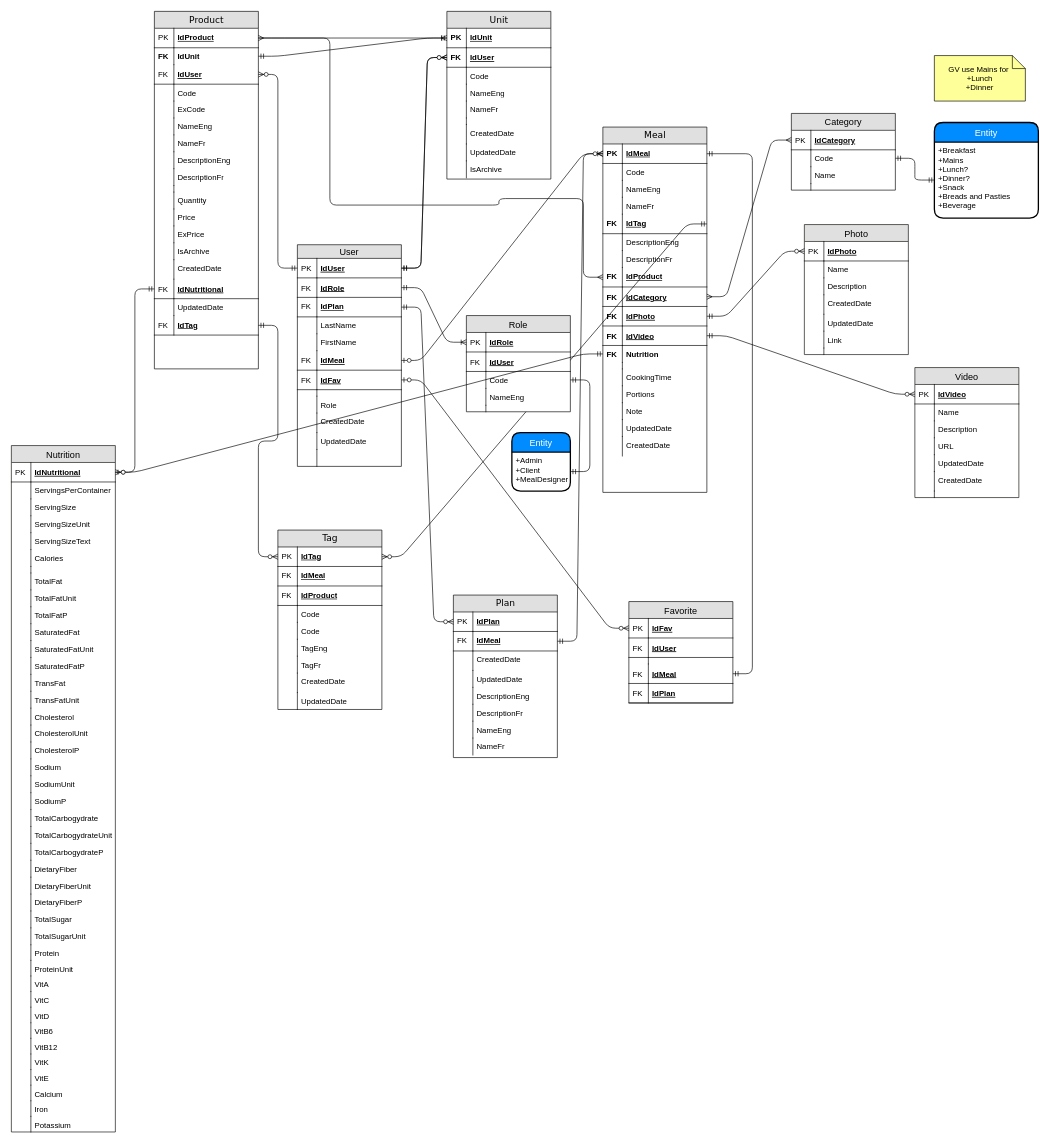
Earlier version of the draw.io diagram MealPlannerErDiagram.drawio (ElvinaCherepovich/MP_CivicTech). Source tidied: cells renumbered, new cells numbered last; positions are measured from the earlier drawing's top-left corner, leaving out a move shared by most shapes. Both pictures are drawn from the tidied source at 65%, with x=0, y=0 at pixel (11, 11).
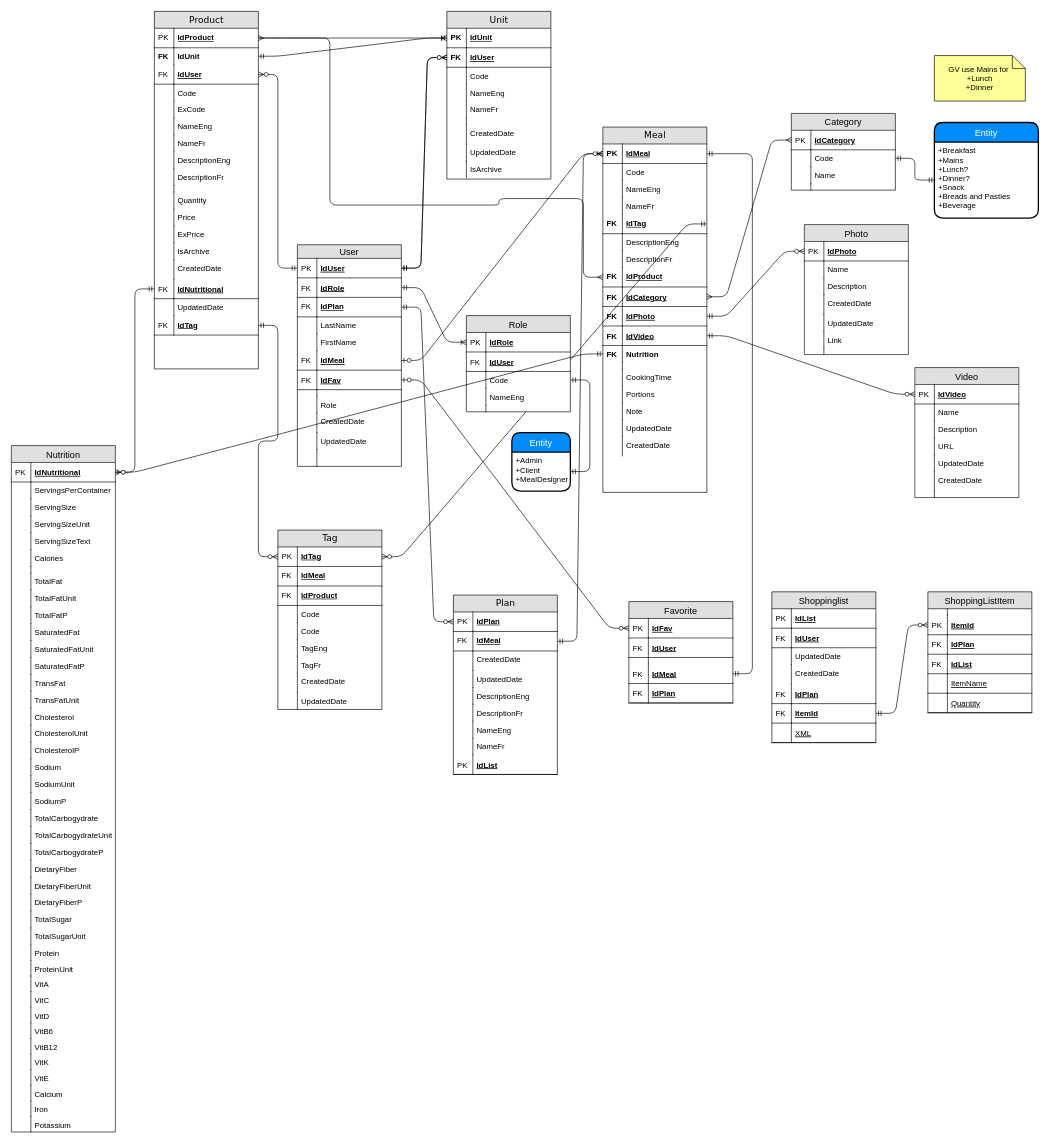
The same page after the edit.

What changed in the source:
```diff
@@
     <mxCell id="305" value="Plan" style="swimlane;html=1;fontStyle=0;horizontal=1;startSize=26;fillColor=#e0e0e0;swimlaneFillColor=#ffffff;align=center;rounded=0;shadow=0;comic=0;labelBackgroundColor=none;strokeWidth=1;fontFamily=Verdana;fontSize=14;" parent="1" vertex="1">
-      <mxGeometry x="680" y="898" width="160" height="250" as="geometry" />
+      <mxGeometry x="680" y="898" width="160" height="276" as="geometry" />
     </mxCell>
@@
+    <mxCell id="326" value="IdList" style="shape=partialRectangle;top=0;left=0;right=0;bottom=1;align=left;verticalAlign=middle;fillColor=none;spacingLeft=34;spacingRight=4;overflow=hidden;fontStyle=5;fontSize=12;" parent="305" vertex="1">
+      <mxGeometry y="246" width="160" height="30" as="geometry" />
+    </mxCell>
+    <mxCell id="327" value="PK" style="shape=partialRectangle;top=0;left=0;bottom=0;fillColor=none;align=left;verticalAlign=middle;spacingLeft=4;spacingRight=4;overflow=hidden;fontSize=12;" parent="326" vertex="1">
+      <mxGeometry width="30" height="30" as="geometry" />
+    </mxCell>
@@
+    <mxCell id="328" value="Shoppinglist" style="swimlane;fontStyle=0;horizontal=1;startSize=26;fillColor=#e0e0e0;swimlaneFillColor=#ffffff;align=center;fontSize=14;" parent="1" vertex="1">
+      <mxGeometry x="1170" y="893" width="160" height="232" as="geometry" />
+    </mxCell>
+    <mxCell id="329" value="IdList" style="shape=partialRectangle;top=0;left=0;right=0;bottom=1;align=left;verticalAlign=middle;fillColor=none;spacingLeft=34;spacingRight=4;overflow=hidden;fontStyle=5;fontSize=12;" parent="328" vertex="1">
+      <mxGeometry y="26" width="160" height="30" as="geometry" />
+    </mxCell>
+    <mxCell id="330" value="PK" style="shape=partialRectangle;top=0;left=0;bottom=0;fillColor=none;align=left;verticalAlign=middle;spacingLeft=4;spacingRight=4;overflow=hidden;fontSize=12;" parent="329" vertex="1">
+      <mxGeometry width="30" height="30" as="geometry" />
+    </mxCell>
+    <mxCell id="331" value="IdUser" style="shape=partialRectangle;top=0;left=0;right=0;bottom=1;align=left;verticalAlign=middle;fillColor=none;spacingLeft=34;spacingRight=4;overflow=hidden;fontStyle=5;fontSize=12;" parent="328" vertex="1">
+      <mxGeometry y="56" width="160" height="30" as="geometry" />
+    </mxCell>
+    <mxCell id="332" value="FK" style="shape=partialRectangle;top=0;left=0;bottom=0;fillColor=none;align=left;verticalAlign=middle;spacingLeft=4;spacingRight=4;overflow=hidden;fontSize=12;" parent="331" vertex="1">
+      <mxGeometry width="30" height="30" as="geometry" />
+    </mxCell>
+    <mxCell id="333" value="UpdatedDate" style="shape=partialRectangle;top=0;left=0;right=0;bottom=0;html=1;align=left;verticalAlign=top;fillColor=none;spacingLeft=34;spacingRight=4;whiteSpace=wrap;overflow=hidden;" parent="328" vertex="1">
+      <mxGeometry y="86" width="160" height="26" as="geometry" />
+    </mxCell>
+    <mxCell id="334" style="shape=partialRectangle;top=0;left=0;bottom=0;html=1;fillColor=none;align=left;verticalAlign=top;spacingLeft=4;spacingRight=4;whiteSpace=wrap;overflow=hidden;" parent="333" vertex="1">
+      <mxGeometry width="30" height="26" as="geometry" />
+    </mxCell>
+    <mxCell id="335" value="CreatedDate" style="shape=partialRectangle;top=0;left=0;right=0;bottom=0;html=1;align=left;verticalAlign=top;fillColor=none;spacingLeft=34;spacingRight=4;whiteSpace=wrap;overflow=hidden;" parent="328" vertex="1">
+      <mxGeometry y="112" width="160" height="30" as="geometry" />
+    </mxCell>
+    <mxCell id="336" style="shape=partialRectangle;top=0;left=0;bottom=0;html=1;fillColor=none;align=left;verticalAlign=top;spacingLeft=4;spacingRight=4;whiteSpace=wrap;overflow=hidden;" parent="335" vertex="1">
+      <mxGeometry width="30" height="30" as="geometry" />
+    </mxCell>
+    <mxCell id="337" value="IdPlan" style="shape=partialRectangle;top=0;left=0;right=0;bottom=1;align=left;verticalAlign=middle;fillColor=none;spacingLeft=34;spacingRight=4;overflow=hidden;fontStyle=5;fontSize=12;" parent="328" vertex="1">
+      <mxGeometry y="142" width="160" height="30" as="geometry" />
+    </mxCell>
+    <mxCell id="338" value="FK" style="shape=partialRectangle;top=0;left=0;bottom=0;fillColor=none;align=left;verticalAlign=middle;spacingLeft=4;spacingRight=4;overflow=hidden;fontSize=12;" parent="337" vertex="1">
+      <mxGeometry width="30" height="30" as="geometry" />
+    </mxCell>
+    <mxCell id="339" value="ItemId" style="shape=partialRectangle;top=0;left=0;right=0;bottom=1;align=left;verticalAlign=middle;fillColor=none;spacingLeft=34;spacingRight=4;overflow=hidden;points=[[0,0.5],[1,0.5]];portConstraint=eastwest;fontStyle=5;fontSize=12;" parent="328" vertex="1">
+      <mxGeometry y="172" width="160" height="30" as="geometry" />
+    </mxCell>
+    <mxCell id="340" value="FK" style="shape=partialRectangle;top=0;left=0;bottom=0;fillColor=none;align=left;verticalAlign=middle;spacingLeft=4;spacingRight=4;overflow=hidden;fontSize=12;" parent="339" vertex="1">
+      <mxGeometry width="30" height="30" as="geometry" />
+    </mxCell>
+    <mxCell id="341" value="XML" style="shape=partialRectangle;top=0;left=0;right=0;bottom=1;align=left;verticalAlign=middle;fillColor=none;spacingLeft=34;spacingRight=4;overflow=hidden;fontStyle=4;fontSize=12;" parent="328" vertex="1">
+      <mxGeometry y="202" width="160" height="30" as="geometry" />
+    </mxCell>
+    <mxCell id="342" style="shape=partialRectangle;top=0;left=0;bottom=0;fillColor=none;align=left;verticalAlign=middle;spacingLeft=4;spacingRight=4;overflow=hidden;fontSize=12;" parent="341" vertex="1">
+      <mxGeometry width="30" height="30" as="geometry" />
+    </mxCell>
+    <mxCell id="343" value="ShoppingListItem" style="swimlane;fontStyle=0;horizontal=1;startSize=26;fillColor=#e0e0e0;swimlaneFillColor=#ffffff;align=center;fontSize=14;" parent="1" vertex="1">
+      <mxGeometry x="1410" y="893" width="160" height="186" as="geometry" />
+    </mxCell>
+    <mxCell id="344" style="shape=partialRectangle;top=0;left=0;right=0;bottom=0;align=left;verticalAlign=top;fillColor=none;spacingLeft=34;spacingRight=4;overflow=hidden;fontSize=12;" parent="343" vertex="1">
+      <mxGeometry y="26" width="160" height="10" as="geometry" />
+    </mxCell>
+    <mxCell id="345" style="shape=partialRectangle;top=0;left=0;bottom=0;fillColor=none;align=left;verticalAlign=top;spacingLeft=4;spacingRight=4;overflow=hidden;fontSize=12;" parent="344" vertex="1">
+      <mxGeometry width="30" height="10" as="geometry" />
+    </mxCell>
+    <mxCell id="346" value="ItemId" style="shape=partialRectangle;top=0;left=0;right=0;bottom=1;align=left;verticalAlign=middle;fillColor=none;spacingLeft=34;spacingRight=4;overflow=hidden;points=[[0,0.5],[1,0.5]];portConstraint=eastwest;fontStyle=5;fontSize=12;" parent="343" vertex="1">
+      <mxGeometry y="36" width="160" height="30" as="geometry" />
+    </mxCell>
+    <mxCell id="347" value="PK" style="shape=partialRectangle;top=0;left=0;bottom=0;fillColor=none;align=left;verticalAlign=middle;spacingLeft=4;spacingRight=4;overflow=hidden;fontSize=12;" parent="346" vertex="1">
+      <mxGeometry width="30" height="30" as="geometry" />
+    </mxCell>
+    <mxCell id="348" value="IdPlan" style="shape=partialRectangle;top=0;left=0;right=0;bottom=1;align=left;verticalAlign=middle;fillColor=none;spacingLeft=34;spacingRight=4;overflow=hidden;fontStyle=5;fontSize=12;" parent="343" vertex="1">
+      <mxGeometry y="66" width="160" height="30" as="geometry" />
+    </mxCell>
+    <mxCell id="349" value="FK" style="shape=partialRectangle;top=0;left=0;bottom=0;fillColor=none;align=left;verticalAlign=middle;spacingLeft=4;spacingRight=4;overflow=hidden;fontSize=12;" parent="348" vertex="1">
+      <mxGeometry width="30" height="30" as="geometry" />
+    </mxCell>
+    <mxCell id="350" value="IdList" style="shape=partialRectangle;top=0;left=0;right=0;bottom=1;align=left;verticalAlign=middle;fillColor=none;spacingLeft=34;spacingRight=4;overflow=hidden;fontStyle=5;fontSize=12;" parent="343" vertex="1">
+      <mxGeometry y="96" width="160" height="30" as="geometry" />
+    </mxCell>
+    <mxCell id="351" value="FK" style="shape=partialRectangle;top=0;left=0;bottom=0;fillColor=none;align=left;verticalAlign=middle;spacingLeft=4;spacingRight=4;overflow=hidden;fontSize=12;" parent="350" vertex="1">
+      <mxGeometry width="30" height="30" as="geometry" />
+    </mxCell>
+    <mxCell id="352" value="ItemName" style="shape=partialRectangle;top=0;left=0;right=0;bottom=1;align=left;verticalAlign=middle;fillColor=none;spacingLeft=34;spacingRight=4;overflow=hidden;fontStyle=4;fontSize=12;" parent="343" vertex="1">
+      <mxGeometry y="126" width="160" height="30" as="geometry" />
+    </mxCell>
+    <mxCell id="353" style="shape=partialRectangle;top=0;left=0;bottom=0;fillColor=none;align=left;verticalAlign=middle;spacingLeft=4;spacingRight=4;overflow=hidden;fontSize=12;" parent="352" vertex="1">
+      <mxGeometry width="30" height="30" as="geometry" />
+    </mxCell>
+    <mxCell id="354" value="Quantity" style="shape=partialRectangle;top=0;left=0;right=0;bottom=1;align=left;verticalAlign=middle;fillColor=none;spacingLeft=34;spacingRight=4;overflow=hidden;fontStyle=4;fontSize=12;" parent="343" vertex="1">
+      <mxGeometry y="156" width="160" height="30" as="geometry" />
+    </mxCell>
+    <mxCell id="355" style="shape=partialRectangle;top=0;left=0;bottom=0;fillColor=none;align=left;verticalAlign=middle;spacingLeft=4;spacingRight=4;overflow=hidden;fontSize=12;" parent="354" vertex="1">
+      <mxGeometry width="30" height="30" as="geometry" />
+    </mxCell>
+    <mxCell id="356" style="edgeStyle=entityRelationEdgeStyle;fontSize=12;html=1;endArrow=ERzeroToMany;startArrow=ERmandOne;" parent="1" edge="1" source="339" target="346">
+      <mxGeometry relative="1" as="geometry" />
+    </mxCell>
```
